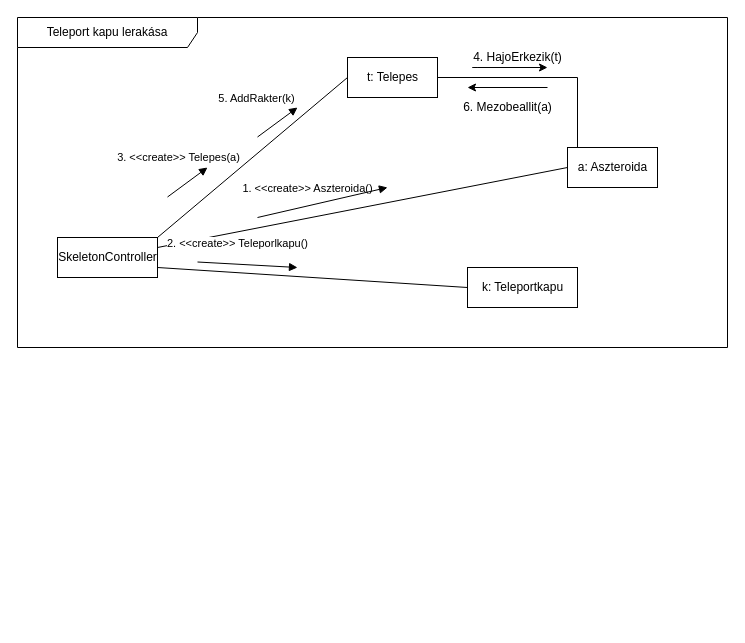
torpeBoiGo/aszteroidabanyaszat keeps this draw.io diagram as doc/kommunikacio/TeleportLerak.drawio. Above is the earlier version. Source tidied: cells renumbered, new cells numbered last; positions are measured from the earlier drawing's top-left corner, leaving out a move shared by most shapes. Both pictures are drawn from the tidied source at 100%, with x=0, y=0 at pixel (17, 17).
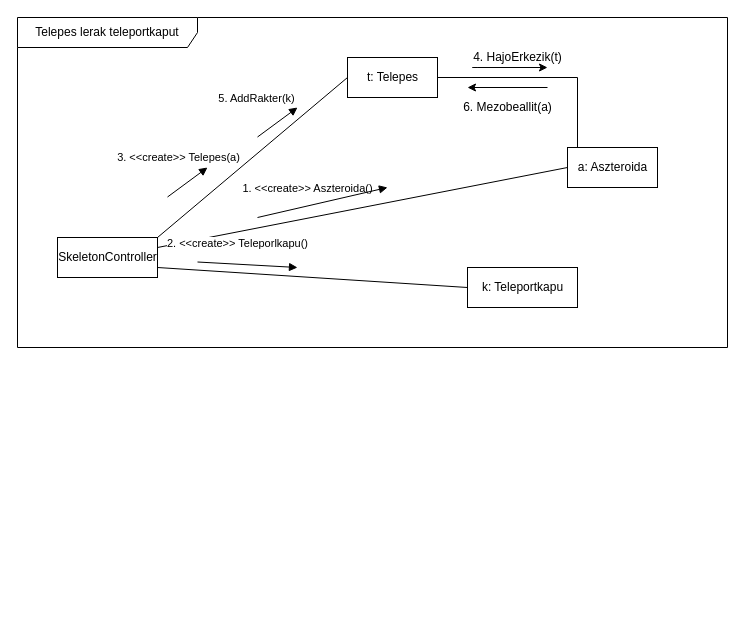
The same page after the edit.

What changed in the source:
```diff
@@
-    <mxCell id="2" value="Teleport kapu lerakása" style="shape=umlFrame;whiteSpace=wrap;html=1;width=180;height=30;" parent="1" vertex="1">
+    <mxCell id="2" value="Telepes lerak teleportkaput" style="shape=umlFrame;whiteSpace=wrap;html=1;width=180;height=30;" parent="1" vertex="1">
       <mxGeometry width="710" height="330" as="geometry" />
     </mxCell>
```
